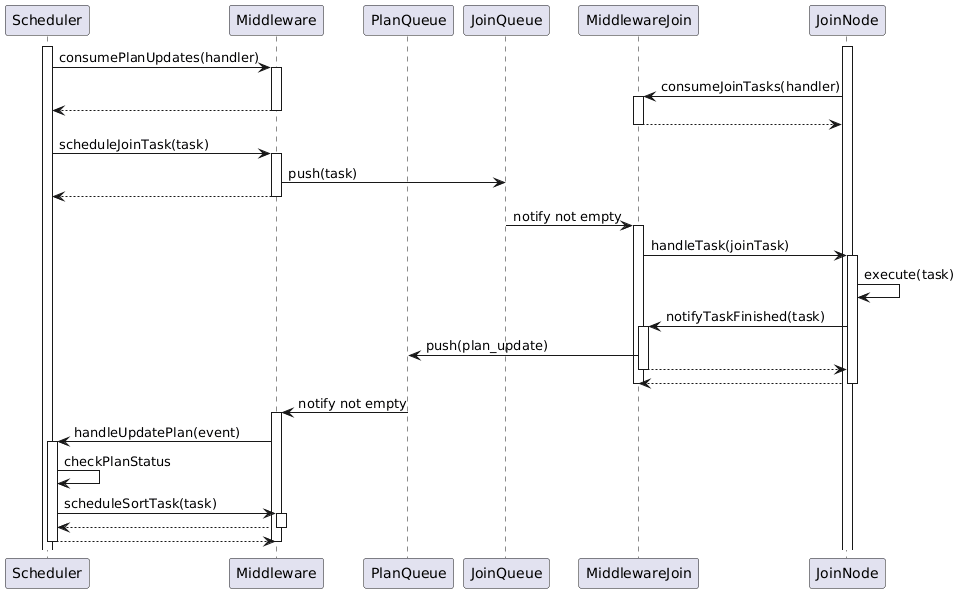
Above: src/img/general_queue_connection.png in SebastianVintonuke/TA050-TP-Design (PlantUML), before the change. Its diagram source:
```plantuml
@startuml
participant Scheduler
participant Middleware
participant PlanQueue
participant JoinQueue
participant MiddlewareJoin
participant JoinNode
activate JoinNode
activate Scheduler

Scheduler-> Middleware : consumePlanUpdates(handler)
activate Middleware
JoinNode-> MiddlewareJoin : consumeJoinTasks(handler)
activate MiddlewareJoin
Middleware-->Scheduler:
deactivate Middleware

MiddlewareJoin-->JoinNode:
deactivate MiddlewareJoin

Scheduler-> Middleware : scheduleJoinTask(task)
activate Middleware

Middleware -> JoinQueue: push(task)

Middleware-->Scheduler:
deactivate Middleware

JoinQueue -> MiddlewareJoin: notify not empty
activate MiddlewareJoin

MiddlewareJoin -> JoinNode : handleTask(joinTask)
activate JoinNode

JoinNode->JoinNode: execute(task)

JoinNode->MiddlewareJoin: notifyTaskFinished(task)
activate MiddlewareJoin
MiddlewareJoin -> PlanQueue: push(plan_update)
MiddlewareJoin --> JoinNode:
deactivate MiddlewareJoin

JoinNode --> MiddlewareJoin:
deactivate JoinNode
deactivate MiddlewareJoin


PlanQueue -> Middleware: notify not empty
activate Middleware

Middleware->Scheduler: handleUpdatePlan(event)
activate Scheduler
Scheduler->Scheduler: checkPlanStatus

Scheduler-> Middleware : scheduleSortTask(task)
activate Middleware
Middleware-->Scheduler
deactivate Middleware
Scheduler --> Middleware
deactivate Middleware
deactivate Scheduler
@enduml
```
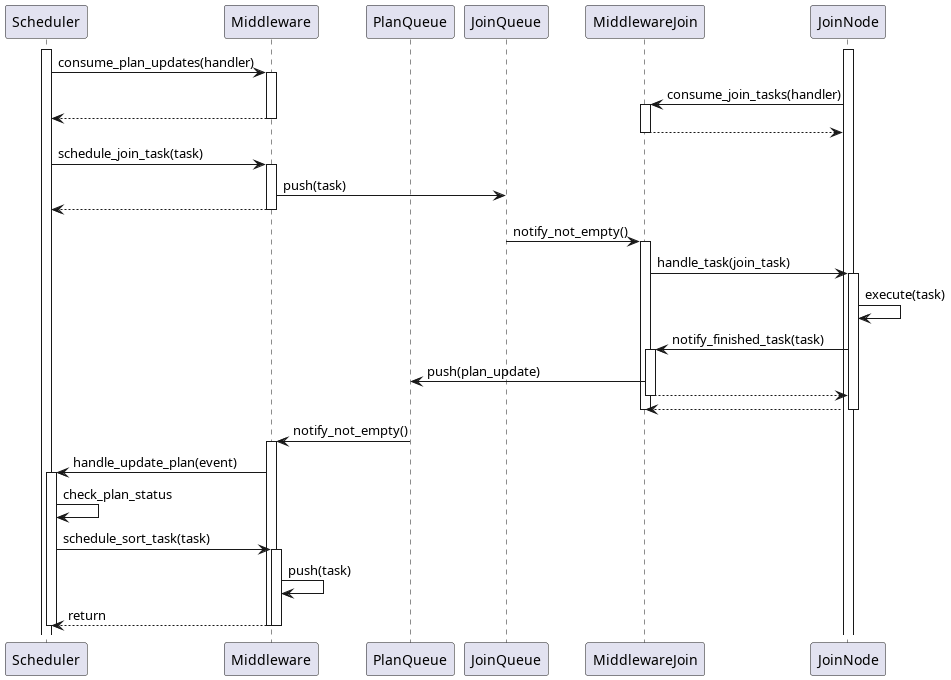
Later version of the same file.

What changed in the source:
```diff
@@ -1,4 +1,5 @@
 @startuml
+
 participant Scheduler
 participant Middleware
 participant PlanQueue
@@ -8,9 +9,9 @@
 activate JoinNode
 activate Scheduler
 
-Scheduler-> Middleware : consumePlanUpdates(handler)
+Scheduler-> Middleware : consume_plan_updates(handler)
 activate Middleware
-JoinNode-> MiddlewareJoin : consumeJoinTasks(handler)
+JoinNode-> MiddlewareJoin : consume_join_tasks(handler)
 activate MiddlewareJoin
 Middleware-->Scheduler:
 deactivate Middleware
@@ -18,7 +19,7 @@
 MiddlewareJoin-->JoinNode:
 deactivate MiddlewareJoin
 
-Scheduler-> Middleware : scheduleJoinTask(task)
+Scheduler-> Middleware : schedule_join_task(task)
 activate Middleware
 
 Middleware -> JoinQueue: push(task)
@@ -26,15 +27,15 @@
 Middleware-->Scheduler:
 deactivate Middleware
 
-JoinQueue -> MiddlewareJoin: notify not empty
+JoinQueue -> MiddlewareJoin: notify_not_empty()
 activate MiddlewareJoin
 
-MiddlewareJoin -> JoinNode : handleTask(joinTask)
+MiddlewareJoin -> JoinNode : handle_task(join_task)
 activate JoinNode
 
 JoinNode->JoinNode: execute(task)
 
-JoinNode->MiddlewareJoin: notifyTaskFinished(task)
+JoinNode->MiddlewareJoin: notify_finished_task(task)
 activate MiddlewareJoin
 MiddlewareJoin -> PlanQueue: push(plan_update)
 MiddlewareJoin --> JoinNode:
@@ -45,18 +46,21 @@
 deactivate MiddlewareJoin
 
 
-PlanQueue -> Middleware: notify not empty
+PlanQueue -> Middleware: notify_not_empty()
 activate Middleware
 
-Middleware->Scheduler: handleUpdatePlan(event)
+Middleware->Scheduler: handle_update_plan(event)
 activate Scheduler
-Scheduler->Scheduler: checkPlanStatus
+Scheduler->Scheduler: check_plan_status
 
-Scheduler-> Middleware : scheduleSortTask(task)
+Scheduler-> Middleware: schedule_sort_task(task)
 activate Middleware
-Middleware-->Scheduler
+Middleware -> Middleware: push(task)
+Middleware-->Scheduler: return
 deactivate Middleware
-Scheduler --> Middleware
 deactivate Middleware
 deactivate Scheduler
+
+
+
 @enduml
```
